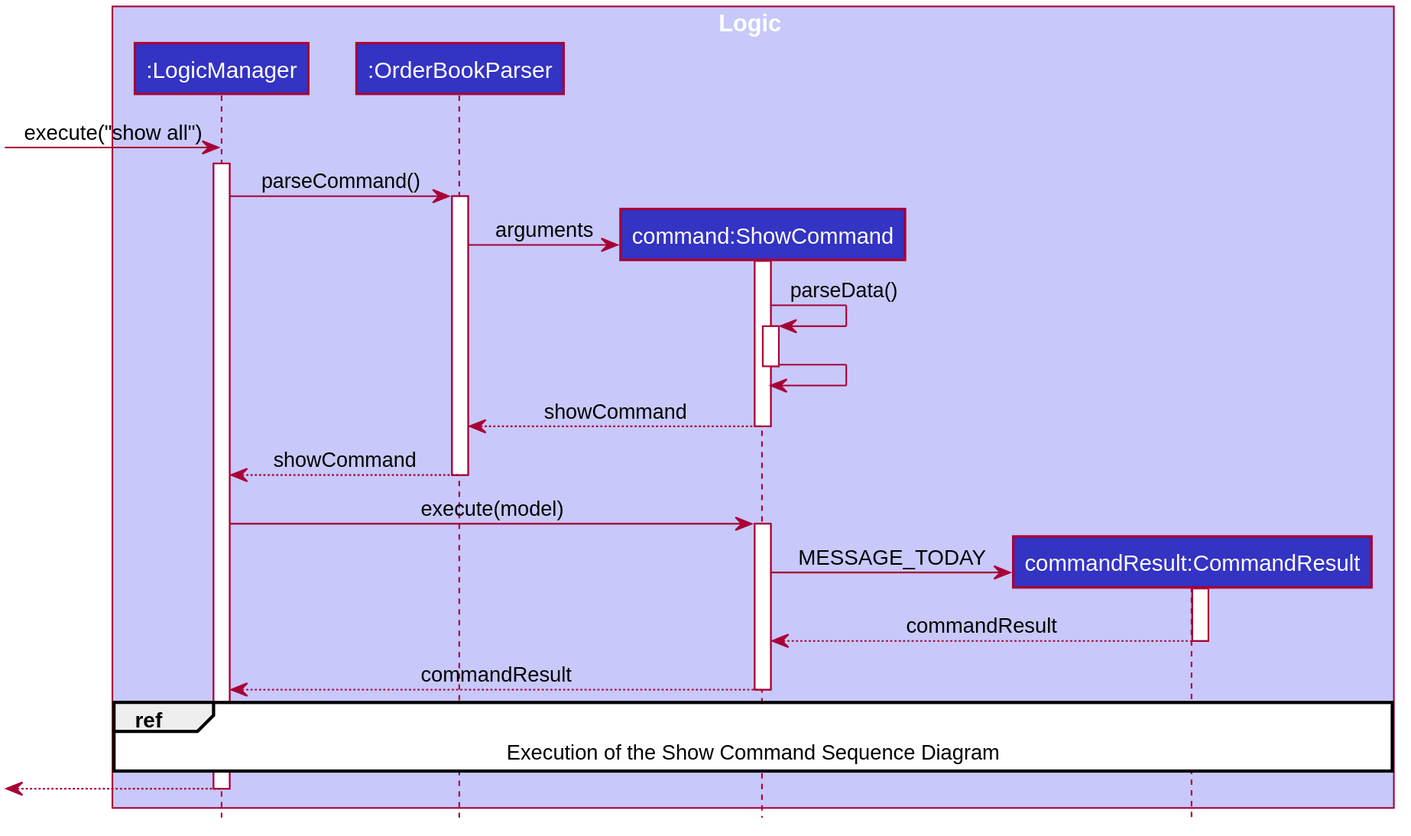
nus-cs2103-AY1920S2/addressbook-level3 keeps this PlantUML diagram as docs/images/ShowCommandSequenceDiagram.svg. Above is the earlier version.
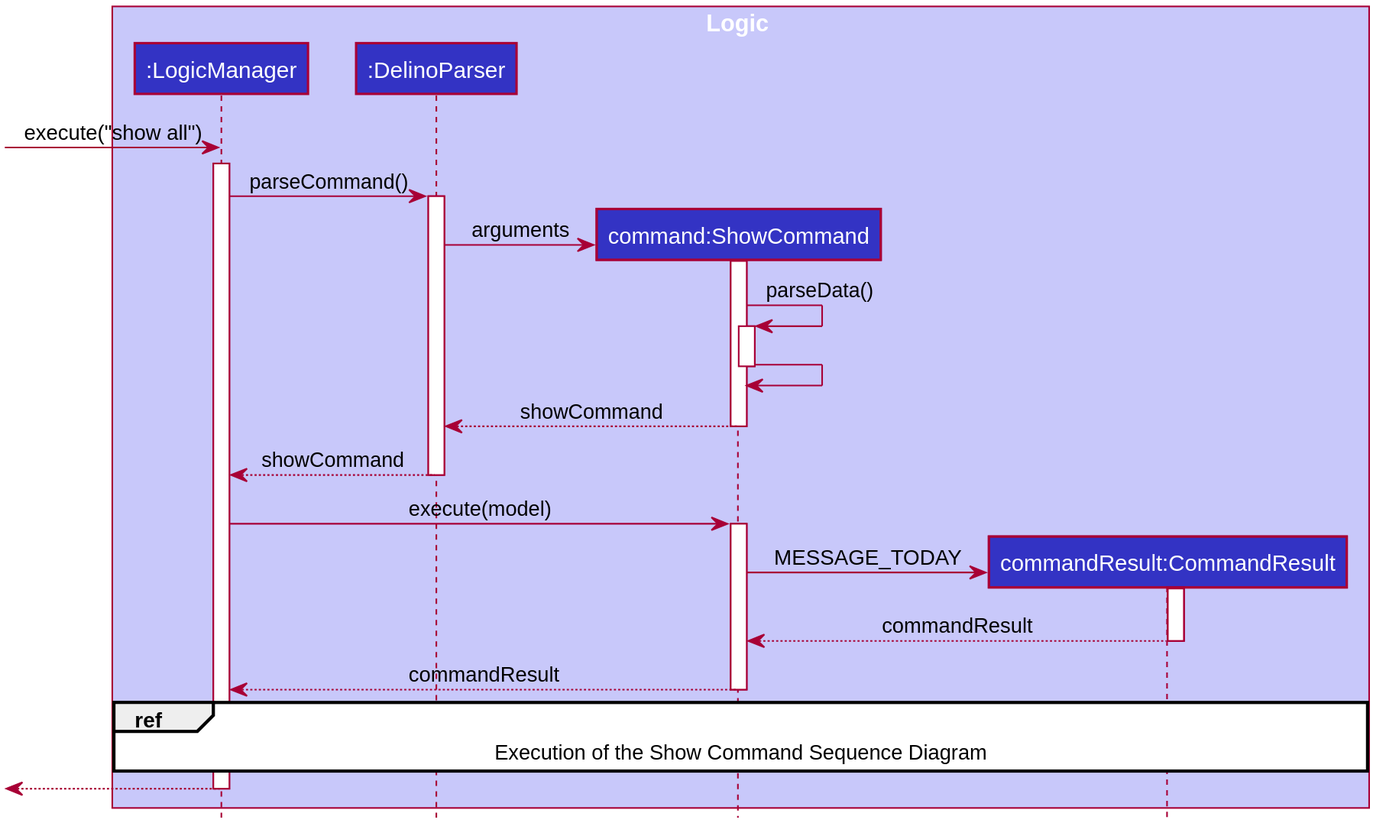
After the change.

What changed in the source:
```diff
@@ -49,7 +49,7 @@
 hide circle
 box Logic #C8C8FA
 participant ":LogicManager" as LogicManager #3333C4
-participant ":OrderBookParser" as OrderBookParser #3333C4
+participant ":DelinoParser" as DelinoParser #3333C4
 participant "command:ShowCommand" as ShowCommand #3333C4
 participant "commandResult:CommandResult" as CommandResult #3333C4
 end box
@@ -58,21 +58,21 @@
 [-> LogicManager : execute("show all")
 activate LogicManager
 
-LogicManager -> OrderBookParser : parseCommand()
-activate OrderBookParser
+LogicManager ->DelinoParser : parseCommand()
+activate DelinoParser
 
 create ShowCommand
 
-OrderBookParser -> ShowCommand ++ : arguments
+DelinoParser -> ShowCommand ++ : arguments
 
 ShowCommand -> ShowCommand ++ : parseData()
 ShowCommand -> ShowCommand -- :
 
-ShowCommand --> OrderBookParser -- : showCommand
+ShowCommand --> DelinoParser -- : showCommand
 
-OrderBookParser --> LogicManager : showCommand
+DelinoParser --> LogicManager : showCommand
 
-deactivate OrderBookParser
+deactivate DelinoParser
 
 LogicManager -> ShowCommand ++ : execute(model)
 
```
